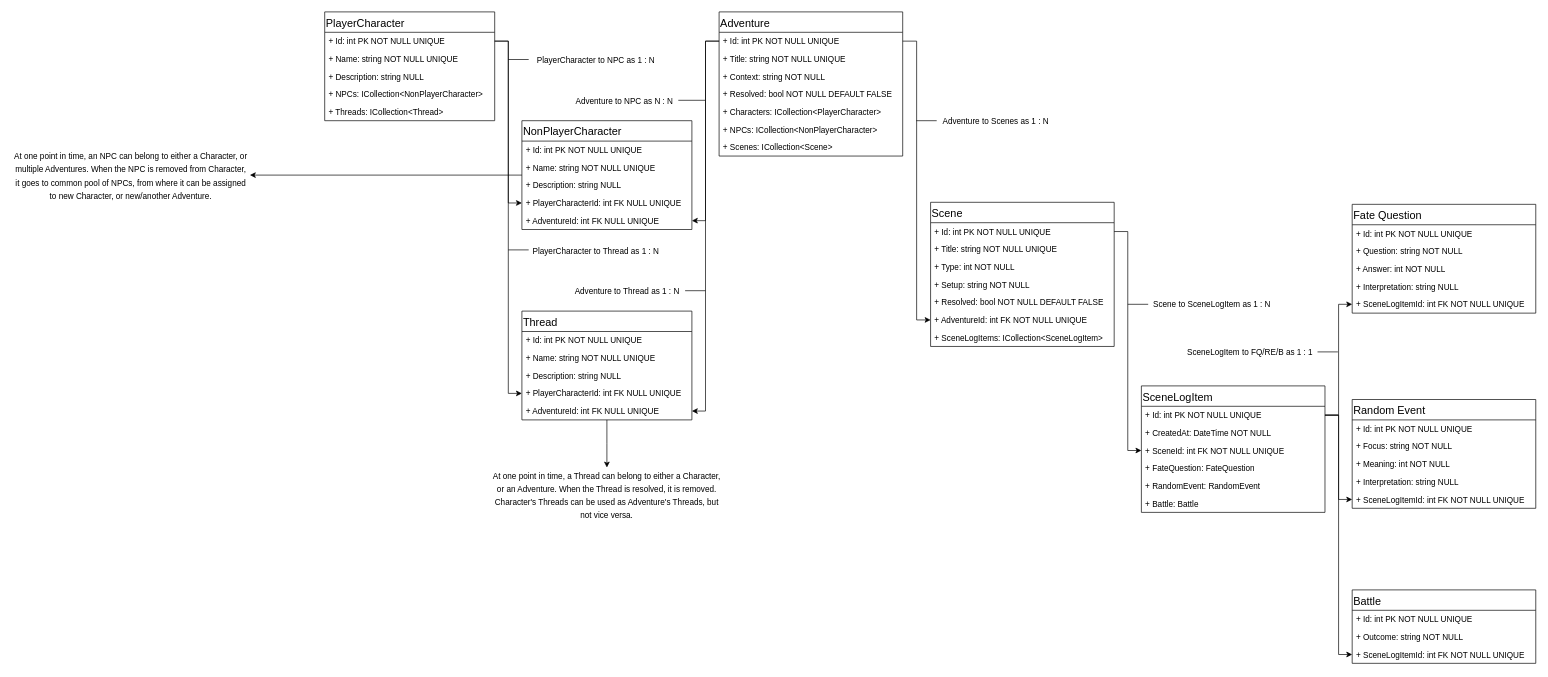
Above: page "Data Structure" (3 of 3) of App Flow and Data Structure.drawio in StanisKo/MGME (draw.io), before the change. Source tidied: cells renumbered, new cells numbered last; positions are measured from the earlier drawing's top-left corner, leaving out a move shared by most shapes. Both pictures are drawn from the tidied source at 68%, with x=0, y=0 at pixel (12, 12).
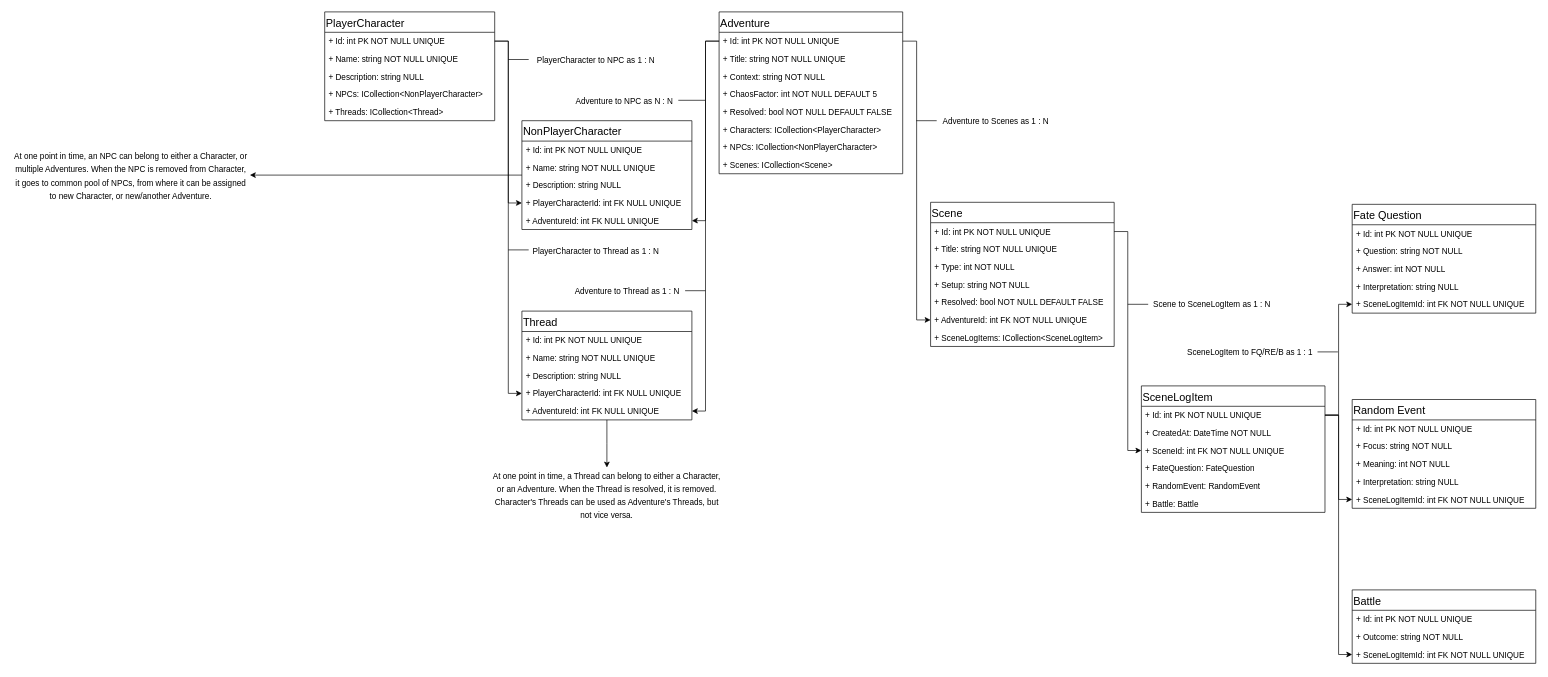
After the change.

Commit message:
working on flow

Diff of the diagram source:
```diff
@@
     <mxCell id="16" value="Adventure" style="swimlane;fontStyle=0;align=left;verticalAlign=top;horizontal=1;startSize=30;rounded=0;strokeColor=#000000;strokeWidth=1;fillColor=none;fontSize=16;fontColor=#000000;" parent="1" vertex="1">
-      <mxGeometry x="1040" width="270" height="212" as="geometry" />
+      <mxGeometry x="1040" width="270" height="238" as="geometry" />
     </mxCell>
@@
+    <mxCell id="86" value="+ ChaosFactor: int NOT NULL DEFAULT 5" style="text;strokeColor=none;fillColor=none;align=left;verticalAlign=top;spacingLeft=4;spacingRight=4;overflow=hidden;" parent="16" vertex="1">
+      <mxGeometry y="108" width="270" height="26" as="geometry" />
+    </mxCell>
     <mxCell id="20" value="+ Resolved: bool NOT NULL DEFAULT FALSE" style="text;strokeColor=none;fillColor=none;align=left;verticalAlign=top;spacingLeft=4;spacingRight=4;overflow=hidden;" parent="16" vertex="1">
-      <mxGeometry y="108" width="270" height="26" as="geometry" />
+      <mxGeometry y="134" width="270" height="26" as="geometry" />
     </mxCell>
     <mxCell id="21" value="+ Characters: ICollection&lt;PlayerCharacter&gt;" style="text;strokeColor=none;fillColor=none;align=left;verticalAlign=top;spacingLeft=4;spacingRight=4;overflow=hidden;" parent="16" vertex="1">
-      <mxGeometry y="134" width="270" height="26" as="geometry" />
+      <mxGeometry y="160" width="270" height="26" as="geometry" />
     </mxCell>
     <mxCell id="22" value="+ NPCs: ICollection&lt;NonPlayerCharacter&gt;" style="text;strokeColor=none;fillColor=none;align=left;verticalAlign=top;spacingLeft=4;spacingRight=4;overflow=hidden;" parent="16" vertex="1">
-      <mxGeometry y="160" width="270" height="26" as="geometry" />
+      <mxGeometry y="186" width="270" height="26" as="geometry" />
     </mxCell>
     <mxCell id="23" value="+ Scenes: ICollection&lt;Scene&gt;" style="text;strokeColor=none;fillColor=none;align=left;verticalAlign=top;spacingLeft=4;spacingRight=4;overflow=hidden;" parent="16" vertex="1">
-      <mxGeometry y="186" width="270" height="26" as="geometry" />
+      <mxGeometry y="212" width="270" height="26" as="geometry" />
     </mxCell>
```
